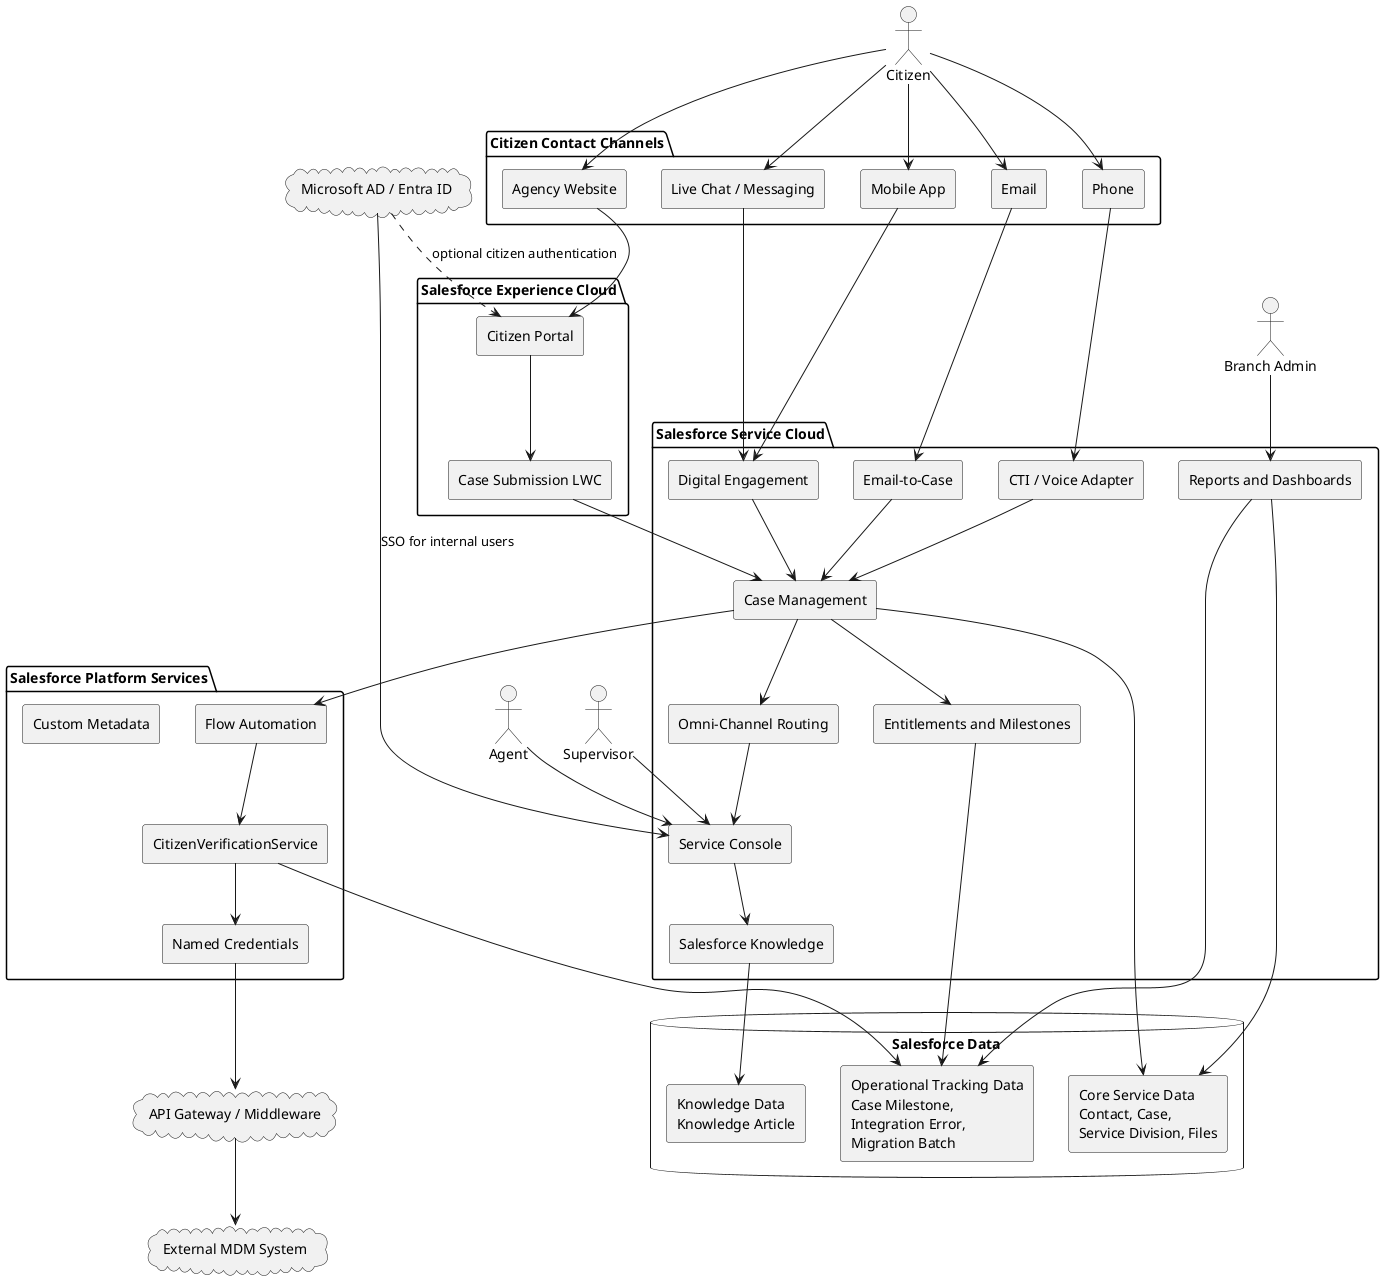
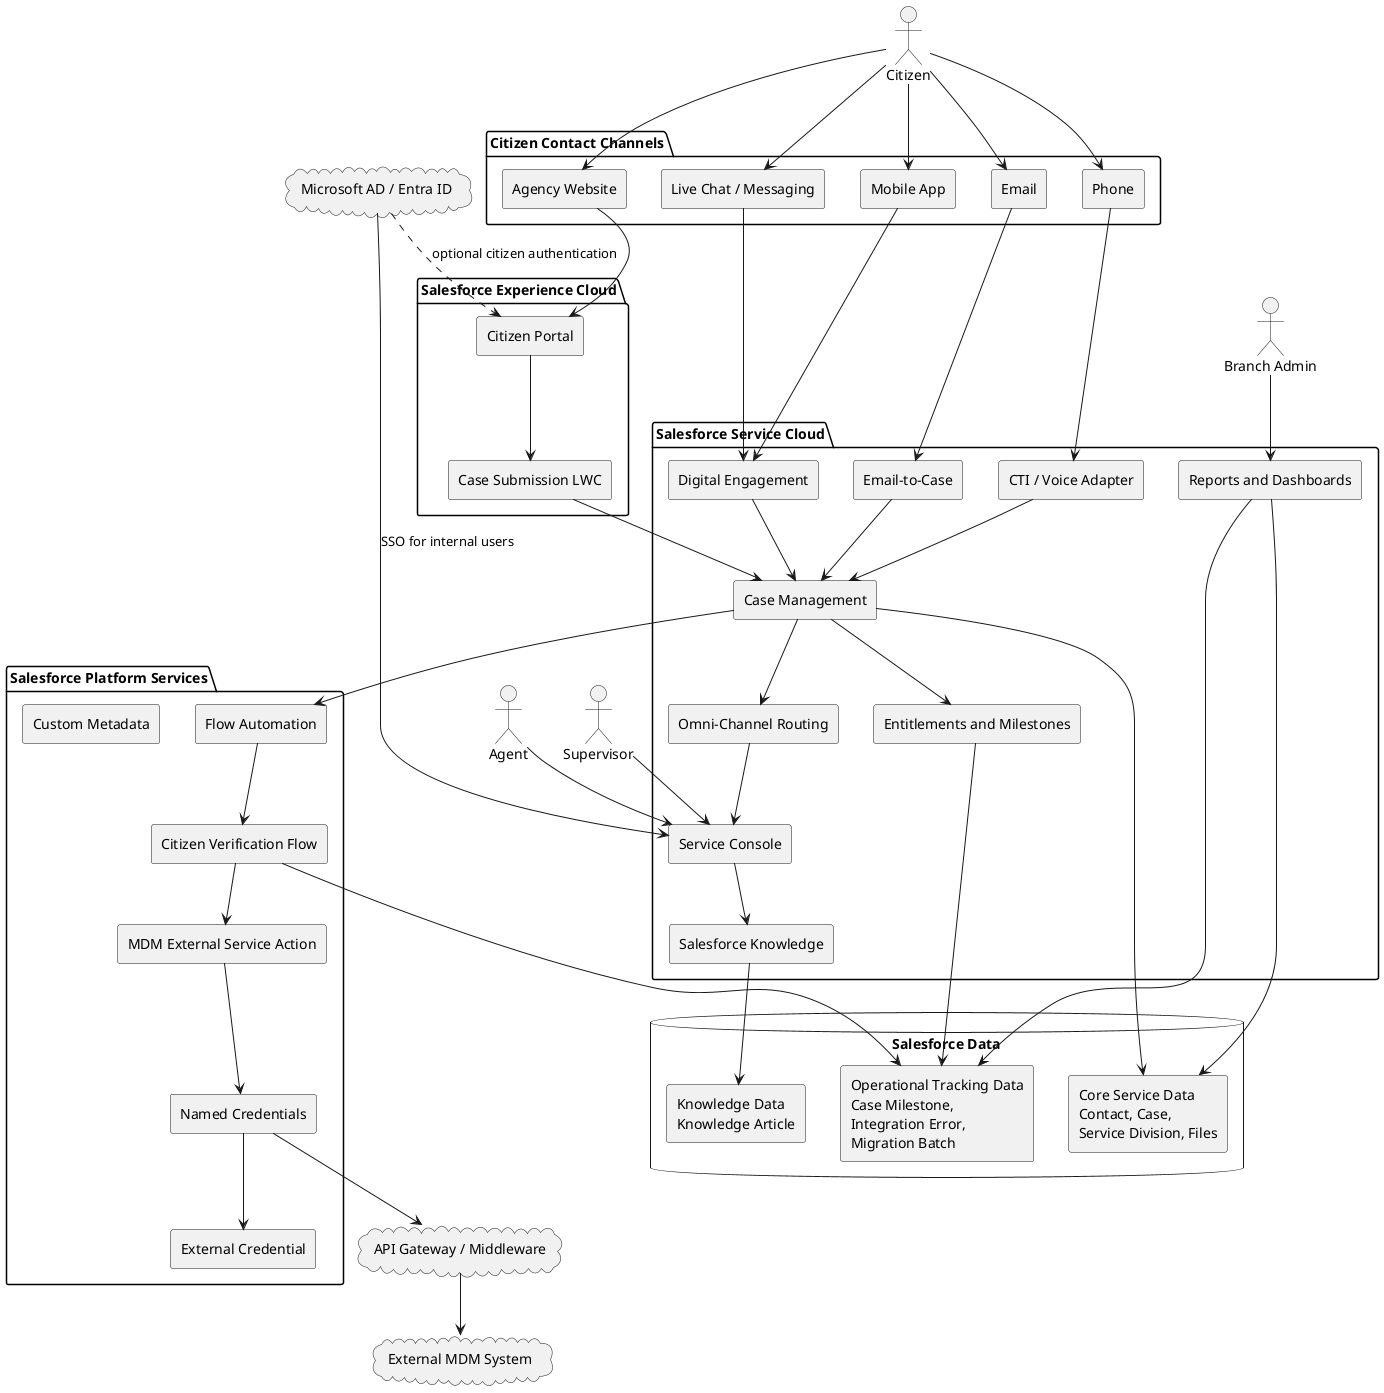
@startuml
skinparam componentStyle rectangle

actor Citizen
actor "Branch Admin" as BranchAdmin
actor Supervisor
actor Agent

cloud "Microsoft AD / Entra ID" as AAD
cloud "External MDM System" as MDM
cloud "API Gateway / Middleware" as Gateway

package "Citizen Contact Channels" {
  [Agency Website]
  [Mobile App]
  [Email]
  [Phone]
  [Live Chat / Messaging]
}

package "Salesforce Experience Cloud" {
  [Citizen Portal]
  [Case Submission LWC]
}

package "Salesforce Service Cloud" {
  [Service Console]
  [Case Management]
  [Omni-Channel Routing]
  [Email-to-Case]
  [Digital Engagement]
  [CTI / Voice Adapter]
  [Salesforce Knowledge]
  [Entitlements and Milestones]
  [Reports and Dashboards]
}

package "Salesforce Platform Services" {
  [Flow Automation]
-   [CitizenVerificationService]
+   [Citizen Verification Flow]
+   [MDM External Service Action]
+   [External Credential]
  [Named Credentials]
  [Custom Metadata]
}

database "Salesforce Data" {
  [Core Service Data\nContact, Case,\nService Division, Files] as CoreServiceData
  [Knowledge Data\nKnowledge Article] as KnowledgeData
  [Operational Tracking Data\nCase Milestone,\nIntegration Error,\nMigration Batch] as OperationalTrackingData
}

Citizen --> [Agency Website]
Citizen --> [Mobile App]
Citizen --> [Email]
Citizen --> [Phone]
Citizen --> [Live Chat / Messaging]

[Agency Website] --> [Citizen Portal]
[Citizen Portal] --> [Case Submission LWC]
[Case Submission LWC] --> [Case Management]
[Email] --> [Email-to-Case]
[Phone] --> [CTI / Voice Adapter]
[Mobile App] --> [Digital Engagement]
[Live Chat / Messaging] --> [Digital Engagement]
[Email-to-Case] --> [Case Management]
[CTI / Voice Adapter] --> [Case Management]
[Digital Engagement] --> [Case Management]

[Case Management] --> [Omni-Channel Routing]
[Omni-Channel Routing] --> [Service Console]
Agent --> [Service Console]
Supervisor --> [Service Console]
BranchAdmin --> [Reports and Dashboards]

[Service Console] --> [Salesforce Knowledge]
[Case Management] --> [Entitlements and Milestones]
[Case Management] --> [Flow Automation]
- [Flow Automation] --> [CitizenVerificationService]
- [CitizenVerificationService] --> [Named Credentials]
+ [Flow Automation] --> [Citizen Verification Flow]
+ [Citizen Verification Flow] --> [MDM External Service Action]
+ [MDM External Service Action] --> [Named Credentials]
+ [Named Credentials] --> [External Credential]
[Named Credentials] --> Gateway
Gateway --> MDM

[Case Management] --> CoreServiceData
[Salesforce Knowledge] --> KnowledgeData
[Entitlements and Milestones] --> OperationalTrackingData
- [CitizenVerificationService] --> OperationalTrackingData
+ [Citizen Verification Flow] --> OperationalTrackingData
[Reports and Dashboards] --> CoreServiceData
[Reports and Dashboards] --> OperationalTrackingData

AAD --> [Service Console] : SSO for internal users
AAD ..> [Citizen Portal] : optional citizen authentication

@enduml
